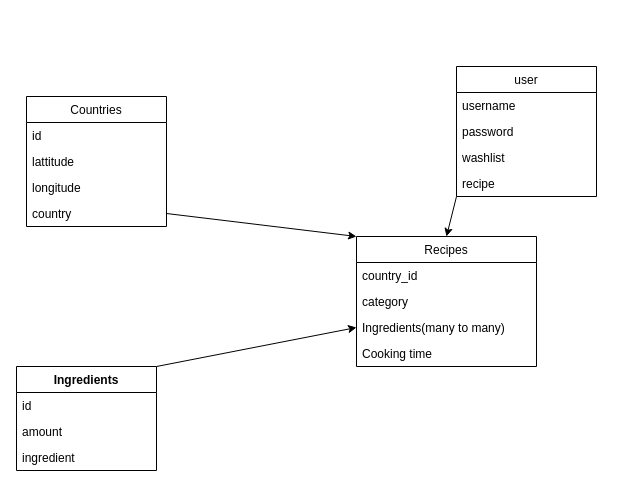
Earlier version of the draw.io diagram Untitled Diagram.drawio (GijsdeJongh/test). Source tidied: cells renumbered, new cells numbered last; positions are measured from the earlier drawing's top-left corner, leaving out a move shared by most shapes. Both pictures are drawn from the tidied source at 100%, with x=0, y=0 at pixel (16, 66).
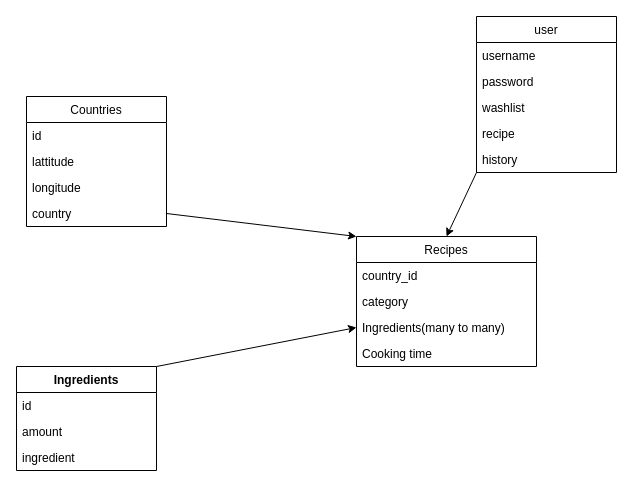
Above is the later version.

Change to the diagram source:
```diff
@@
     <mxCell id="13" value="user" style="swimlane;fontStyle=0;horizontal=1;startSize=26;fillColor=none;" parent="1" vertex="1">
-      <mxGeometry x="440" width="140" height="130" as="geometry" />
+      <mxGeometry x="460" y="-50" width="140" height="156" as="geometry" />
     </mxCell>
@@
+    <mxCell id="24" value="history" style="text;strokeColor=none;fillColor=none;align=left;verticalAlign=top;spacingLeft=4;spacingRight=4;overflow=hidden;" parent="13" vertex="1">
+      <mxGeometry y="130" width="140" height="26" as="geometry" />
+    </mxCell>
```
